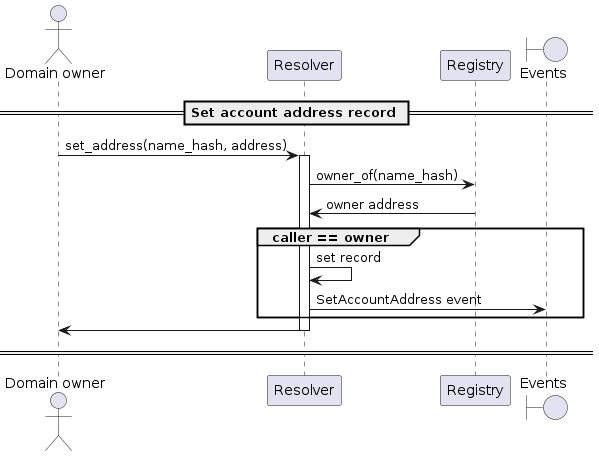
Above: docs/sequence-diagrams/puml/set-account-address-record.png in make-software/cspr-name-contracts (PlantUML), before the change.
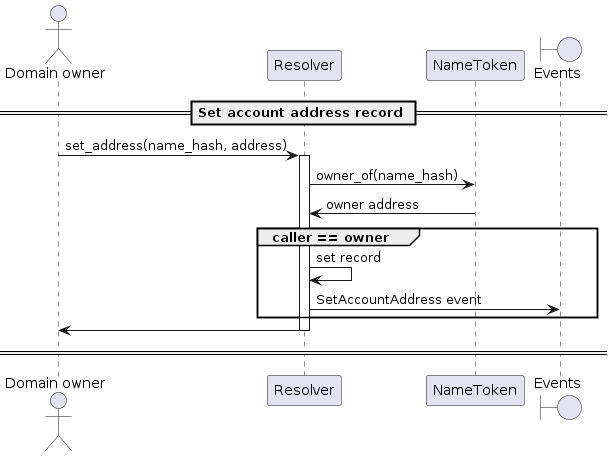
Above is the later version.

Diff of the diagram source:
```diff
@@ -2,15 +2,15 @@
 
 actor "Domain owner"
 participant "Resolver"
-participant "Registry"
+participant "NameToken"
 boundary "Events"
 
 == Set account address record ==
 
 "Domain owner" -> Resolver: set_address(name_hash, address)
 activate Resolver
-Resolver -> Registry: owner_of(name_hash)
-Registry -> Resolver: owner address
+Resolver -> NameToken: owner_of(name_hash)
+NameToken -> Resolver: owner address
 group caller == owner
     Resolver -> Resolver: set record
     Resolver -> Events: SetAccountAddress event
```
